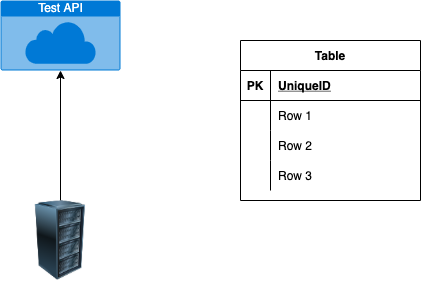
elianalopezv/draw keeps this draw.io diagram as test.drawio.png. Above is the earlier version. Source tidied: cells renumbered, new cells last; positions are measured from the earlier drawing's top-left corner, leaving out a move shared by most shapes.
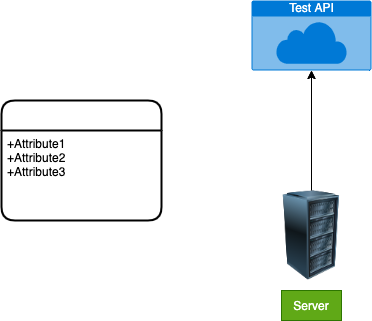
Above is the later version.

Diff of the diagram source:
```diff
@@ -1,4 +1,4 @@
-<mxGraphModel>
+<mxGraphModel background="#FFFFFF">
   <root>
     <mxCell id="0" />
     <mxCell id="1" parent="0" />
@@ -8,47 +8,20 @@
     <mxCell id="3" style="edgeStyle=none;html=1;exitX=0.5;exitY=0;exitDx=0;exitDy=0;entryX=0.5;entryY=1;entryDx=0;entryDy=0;entryPerimeter=0;" parent="1" edge="1" source="4" target="2">
       <mxGeometry relative="1" as="geometry" />
     </mxCell>
+    <mxCell id="18" style="edgeStyle=none;html=1;entryX=0.5;entryY=1;entryDx=0;entryDy=0;entryPerimeter=0;strokeColor=#000000;" parent="1" edge="1" source="4" target="2">
+      <mxGeometry relative="1" as="geometry" />
+    </mxCell>
     <mxCell id="4" style="image;html=1;image=img/lib/clip_art/computers/Server_Rack_128x128.png;" parent="1" vertex="1">
-      <mxGeometry x="20" y="200" width="80" height="80" as="geometry" />
+      <mxGeometry x="20" y="190" width="80" height="90" as="geometry" />
     </mxCell>
-    <mxCell id="5" value="Table" style="shape=table;startSize=30;rowLines=0;fontStyle=1;align=center;" parent="1" vertex="1">
-      <mxGeometry x="240" y="40" width="180" height="160" as="geometry" />
-    </mxCell>
-    <mxCell id="6" style="shape=partialRectangle;fillColor=none;top=0;left=0;bottom=1;right=0;" parent="5" vertex="1">
-      <mxGeometry y="30" width="180" height="30" as="geometry" />
-    </mxCell>
-    <mxCell id="7" value="PK" style="shape=partialRectangle;fillColor=none;top=0;left=0;bottom=0;right=0;fontStyle=1;overflow=hidden;" parent="6" vertex="1">
-      <mxGeometry width="30" height="30" as="geometry" />
-    </mxCell>
-    <mxCell id="8" value="UniqueID" style="shape=partialRectangle;fillColor=none;top=0;left=0;bottom=0;right=0;align=left;spacingLeft=6;fontStyle=5;overflow=hidden;" parent="6" vertex="1">
-      <mxGeometry x="30" width="150" height="30" as="geometry" />
-    </mxCell>
-    <mxCell id="9" style="shape=partialRectangle;fillColor=none;top=0;left=0;bottom=0;right=0;" parent="5" vertex="1">
-      <mxGeometry y="60" width="180" height="30" as="geometry" />
-    </mxCell>
-    <mxCell id="10" style="shape=partialRectangle;fillColor=none;top=0;left=0;bottom=0;right=0;overflow=hidden;" parent="9" vertex="1">
-      <mxGeometry width="30" height="30" as="geometry" />
-    </mxCell>
-    <mxCell id="11" value="Row 1" style="shape=partialRectangle;fillColor=none;top=0;left=0;bottom=0;right=0;align=left;spacingLeft=6;overflow=hidden;" parent="9" vertex="1">
-      <mxGeometry x="30" width="150" height="30" as="geometry" />
-    </mxCell>
-    <mxCell id="12" style="shape=partialRectangle;fillColor=none;top=0;left=0;bottom=0;right=0;" parent="5" vertex="1">
-      <mxGeometry y="90" width="180" height="30" as="geometry" />
-    </mxCell>
-    <mxCell id="13" style="shape=partialRectangle;fillColor=none;top=0;left=0;bottom=0;right=0;overflow=hidden;" parent="12" vertex="1">
-      <mxGeometry width="30" height="30" as="geometry" />
-    </mxCell>
-    <mxCell id="14" value="Row 2" style="shape=partialRectangle;fillColor=none;top=0;left=0;bottom=0;right=0;align=left;spacingLeft=6;overflow=hidden;" parent="12" vertex="1">
-      <mxGeometry x="30" width="150" height="30" as="geometry" />
-    </mxCell>
-    <mxCell id="15" style="shape=partialRectangle;fillColor=none;top=0;left=0;bottom=0;right=0;" parent="5" vertex="1">
-      <mxGeometry y="120" width="180" height="30" as="geometry" />
-    </mxCell>
-    <mxCell id="16" style="shape=partialRectangle;fillColor=none;top=0;left=0;bottom=0;right=0;overflow=hidden;" parent="15" vertex="1">
-      <mxGeometry width="30" height="30" as="geometry" />
-    </mxCell>
-    <mxCell id="17" value="Row 3" style="shape=partialRectangle;fillColor=none;top=0;left=0;bottom=0;right=0;align=left;spacingLeft=6;overflow=hidden;" parent="15" vertex="1">
-      <mxGeometry x="30" width="150" height="30" as="geometry" />
-    </mxCell>
+    <mxCell id="19" value="Server" style="text;html=1;align=center;verticalAlign=middle;whiteSpace=wrap;rounded=0;fillColor=#60a917;fontColor=#ffffff;strokeColor=#2D7600;" parent="1" vertex="1">
+      <mxGeometry x="30" y="290" width="60" height="30" as="geometry" />
+    </mxCell>
+    <mxCell id="20" value="Entity" style="swimlane;horizontal=1;startSize=30;rounded=1;fontSize=14;fontStyle=0;strokeWidth=2;shadow=0;dashed=0;align=center;fontColor=#FFFFFF;strokeColor=#000000;" parent="1" vertex="1">
+      <mxGeometry x="-250" y="100" width="160" height="120" as="geometry" />
+    </mxCell>
+    <mxCell id="21" value="+Attribute1&#10;+Attribute2&#10;+Attribute3" style="align=left;strokeColor=none;fillColor=none;spacingLeft=4;fontSize=12;verticalAlign=top;fontColor=#000000;" parent="20" vertex="1">
+      <mxGeometry y="30" width="160" height="90" as="geometry" />
+    </mxCell>
   </root>
 </mxGraphModel>
```
